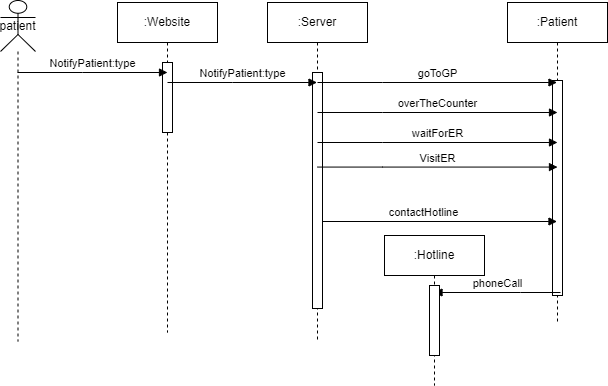
SENG-350-2024-fall/Team5 keeps this draw.io diagram as Milestone2/activityDiagrams/Copy of notifyPatient.drawio.png. Above is the earlier version. Source tidied: cells renumbered, new cells last; positions are measured from the earlier drawing's top-left corner, leaving out a move shared by most shapes.
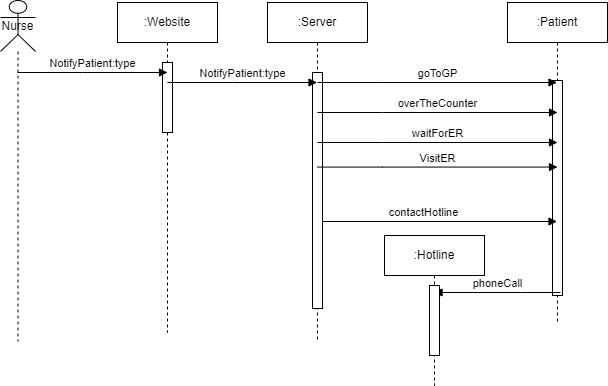
The same file after the commit.

What changed in the source:
```diff
@@ -101,7 +101,7 @@
     <mxCell id="18" style="html=1;perimeter=orthogonalPerimeter;targetShapes=umlLifeline;newEdgeStyle={&quot;edgeStyle&quot;:&quot;elbowEdgeStyle&quot;,&quot;elbow&quot;:&quot;vertical&quot;,&quot;curved&quot;:0,&quot;rounded&quot;:0};" parent="17" vertex="1">
       <mxGeometry x="45" y="50" width="10" height="70" as="geometry" />
     </mxCell>
-    <mxCell id="19" value="patient" style="shape=umlLifeline;perimeter=lifelinePerimeter;whiteSpace=wrap;html=1;newEdgeStyle={&quot;curved&quot;:0,&quot;rounded&quot;:0};participant=umlActor;size=51;" parent="1" vertex="1">
+    <mxCell id="19" value="Nurse" style="shape=umlLifeline;perimeter=lifelinePerimeter;whiteSpace=wrap;html=1;newEdgeStyle={&quot;curved&quot;:0,&quot;rounded&quot;:0};participant=umlActor;size=51;" parent="1" vertex="1">
       <mxGeometry width="35" height="341" as="geometry" />
     </mxCell>
   </root>
```
